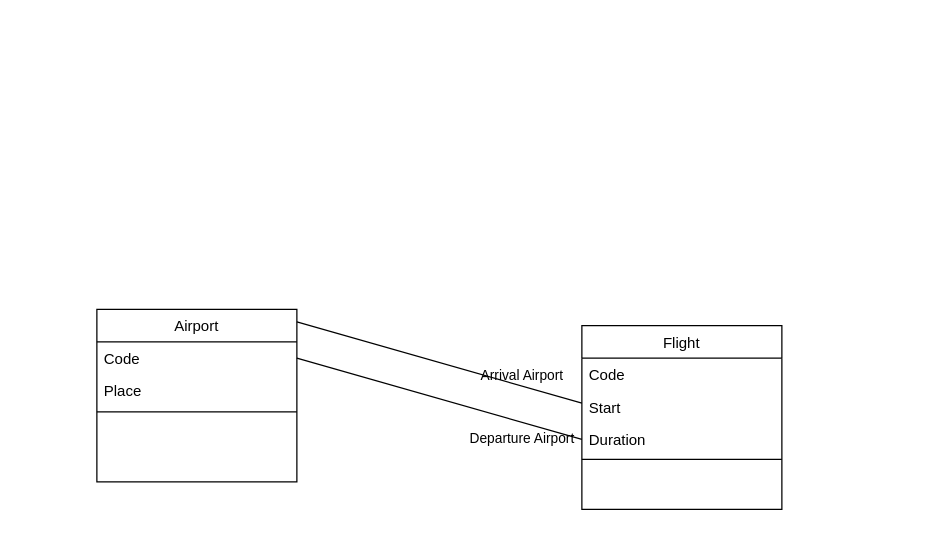
upkl/odin-rails-advanced-forms-flight-booker keeps this draw.io diagram as Models.drawio. Above is the earlier version. Source tidied: cells renumbered, new cells numbered last; positions are measured from the earlier drawing's top-left corner, leaving out a move shared by most shapes. Both pictures are drawn from the tidied source at 125%, with x=0, y=0 at pixel (96, 309).
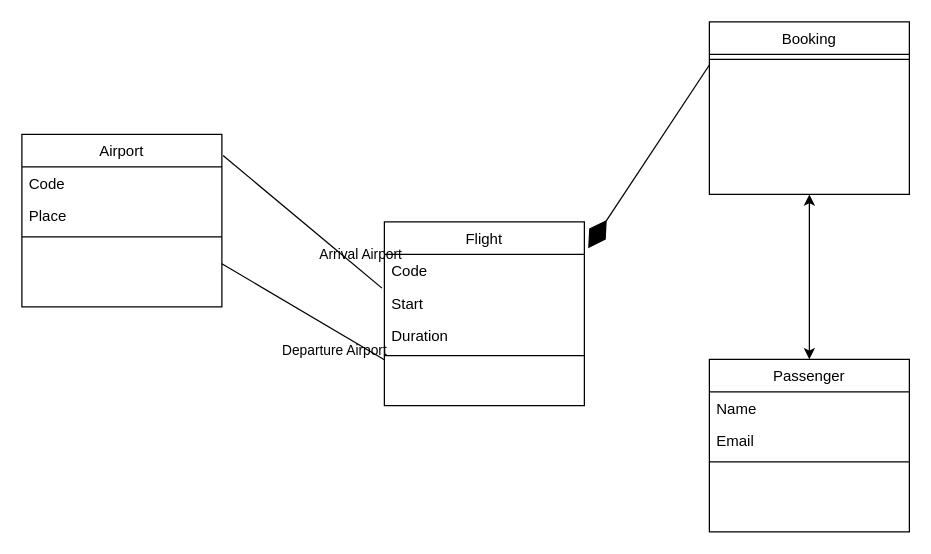
Above is the later version.

Commit message:
add Booking and Passenger to UML

Unchanged cells that the change refers to:
```xml
<mxCell id="3" value="Code" style="text;align=left;verticalAlign=top;spacingLeft=4;spacingRight=4;overflow=hidden;points=[[0,0.5],[1,0.5]];portConstraint=eastwest;" parent="2" vertex="1">
  <mxGeometry y="26" width="160" height="26" as="geometry" />
</mxCell>
<mxCell id="8" value="Start" style="text;align=left;verticalAlign=top;spacingLeft=4;spacingRight=4;overflow=hidden;points=[[0,0.5],[1,0.5]];portConstraint=eastwest;" parent="6" vertex="1">
  <mxGeometry y="52" width="160" height="26" as="geometry" />
</mxCell>
<mxCell id="9" value="Duration" style="text;align=left;verticalAlign=top;spacingLeft=4;spacingRight=4;overflow=hidden;points=[[0,0.5],[1,0.5]];portConstraint=eastwest;" parent="6" vertex="1">
  <mxGeometry y="78" width="160" height="26" as="geometry" />
</mxCell>
```

Diff of the diagram source:
```diff
@@
     <mxCell id="2" value="Airport" style="swimlane;fontStyle=0;align=center;verticalAlign=top;horizontal=1;startSize=26;rounded=0;shadow=0;strokeWidth=1;" parent="1" vertex="1">
-      <mxGeometry width="160" height="138" as="geometry" />
+      <mxGeometry x="-60" y="-140" width="160" height="138" as="geometry" />
     </mxCell>
@@
     <mxCell id="6" value="Flight" style="swimlane;fontStyle=0;align=center;verticalAlign=top;horizontal=1;startSize=26;rounded=0;shadow=0;strokeWidth=1;" parent="1" vertex="1">
-      <mxGeometry x="388" y="13" width="160" height="147" as="geometry" />
+      <mxGeometry x="230" y="-70" width="160" height="147" as="geometry" />
     </mxCell>
@@
-    <mxCell id="11" value="Departure Airport" style="endArrow=none;html=1;rounded=0;align=center;verticalAlign=top;endFill=0;labelBackgroundColor=none;exitX=1;exitY=0.5;exitDx=0;exitDy=0;entryX=0;entryY=0.5;entryDx=0;entryDy=0;" parent="1" edge="1" source="3" target="9">
-      <mxGeometry x="0.58" relative="1" as="geometry" />
+    <mxCell id="11" value="Departure Airport" style="endArrow=none;html=1;rounded=0;align=center;verticalAlign=top;endFill=0;labelBackgroundColor=none;exitX=1;exitY=0.75;exitDx=0;exitDy=0;entryX=0;entryY=0.75;entryDx=0;entryDy=0;" parent="1" edge="1" source="2" target="6">
+      <mxGeometry x="0.41" y="-3" relative="1" as="geometry" />
     </mxCell>
@@
-    <mxCell id="13" value="Arrival Airport" style="endArrow=none;html=1;rounded=0;align=center;verticalAlign=top;endFill=0;labelBackgroundColor=none;exitX=1;exitY=0.5;exitDx=0;exitDy=0;entryX=0;entryY=0.5;entryDx=0;entryDy=0;" parent="1" edge="1">
-      <mxGeometry x="0.53" y="20" relative="1" as="geometry">
-        <mxPoint x="160" y="10" as="sourcePoint" />
-        <mxPoint x="388" y="75" as="targetPoint" />
-      </mxGeometry>
+    <mxCell id="13" value="Arrival Airport" style="endArrow=none;html=1;rounded=0;align=center;verticalAlign=top;endFill=0;labelBackgroundColor=none;exitX=1.006;exitY=0.123;exitDx=0;exitDy=0;entryX=-0.012;entryY=0.038;entryDx=0;entryDy=0;entryPerimeter=0;exitPerimeter=0;" parent="1" edge="1" source="2" target="8">
+      <mxGeometry x="0.53" y="20" relative="1" as="geometry" />
     </mxCell>
@@
+    <mxCell id="15" value="Booking" style="swimlane;fontStyle=0;align=center;verticalAlign=top;horizontal=1;startSize=26;rounded=0;shadow=0;strokeWidth=1;" parent="1" vertex="1">
+      <mxGeometry x="490" y="-230" width="160" height="138" as="geometry" />
+    </mxCell>
+    <mxCell id="16" style="line;html=1;strokeWidth=1;align=left;verticalAlign=middle;spacingTop=-1;spacingLeft=3;spacingRight=3;labelPosition=right;" parent="15" vertex="1">
+      <mxGeometry y="26" width="160" height="8" as="geometry" />
+    </mxCell>
+    <mxCell id="17" value="Passenger" style="swimlane;fontStyle=0;align=center;verticalAlign=top;horizontal=1;startSize=26;rounded=0;shadow=0;strokeWidth=1;" parent="1" vertex="1">
+      <mxGeometry x="490" y="40" width="160" height="138" as="geometry" />
+    </mxCell>
+    <mxCell id="18" value="Name" style="text;align=left;verticalAlign=top;spacingLeft=4;spacingRight=4;overflow=hidden;" parent="17" vertex="1">
+      <mxGeometry y="26" width="160" height="26" as="geometry" />
+    </mxCell>
+    <mxCell id="19" value="Email" style="text;align=left;verticalAlign=top;spacingLeft=4;spacingRight=4;overflow=hidden;rounded=0;shadow=0;html=0;" parent="17" vertex="1">
+      <mxGeometry y="52" width="160" height="26" as="geometry" />
+    </mxCell>
+    <mxCell id="20" style="line;html=1;strokeWidth=1;align=left;verticalAlign=middle;spacingTop=-1;spacingLeft=3;spacingRight=3;labelPosition=right;" parent="17" vertex="1">
+      <mxGeometry y="78" width="160" height="8" as="geometry" />
+    </mxCell>
+    <mxCell id="21" style="endArrow=diamondThin;endFill=1;endSize=24;html=1;rounded=0;exitX=0;exitY=0.25;exitDx=0;exitDy=0;entryX=1.019;entryY=0.143;entryDx=0;entryDy=0;entryPerimeter=0;" parent="1" edge="1" source="15" target="6">
+      <mxGeometry relative="1" as="geometry" />
+    </mxCell>
+    <mxCell id="22" style="endArrow=classic;startArrow=classic;html=1;rounded=0;entryX=0.5;entryY=1;entryDx=0;entryDy=0;exitX=0.5;exitY=0;exitDx=0;exitDy=0;" parent="1" edge="1" source="17" target="15">
+      <mxGeometry relative="1" as="geometry" />
+    </mxCell>
```
